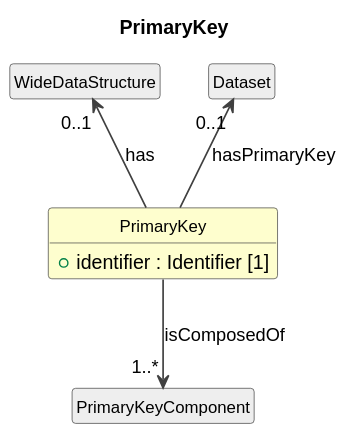
Earlier version of the PlantUML export cdif-uml-model/_plantuml/cdifDataStructure/Classes/PrimaryKey.svg (Cross-Domain-Interoperability-Framework/metadataBuildingBlocks).
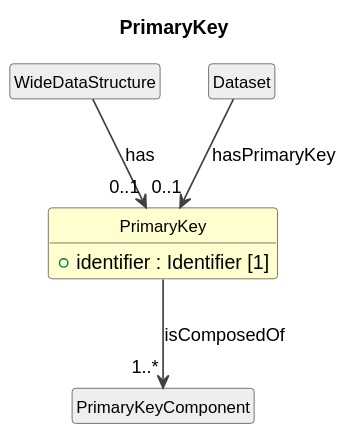
The same diagram one commit later.

The edit, as a diff of the source:
```diff
@@ -14,9 +14,9 @@
   +identifier : Identifier [1]
 }
 class "WideDataStructure" as WideDataStructure #EEEEEE
-WideDataStructure "0..1" <-- PrimaryKey : has
+WideDataStructure --> "0..1" PrimaryKey : has
 class "PrimaryKeyComponent" as PrimaryKeyComponent #EEEEEE
 PrimaryKey --> "1..*" PrimaryKeyComponent : isComposedOf
 class "Dataset" as Dataset #EEEEEE
-Dataset "0..1" <-- PrimaryKey : hasPrimaryKey
+Dataset --> "0..1" PrimaryKey : hasPrimaryKey
 @enduml
```
